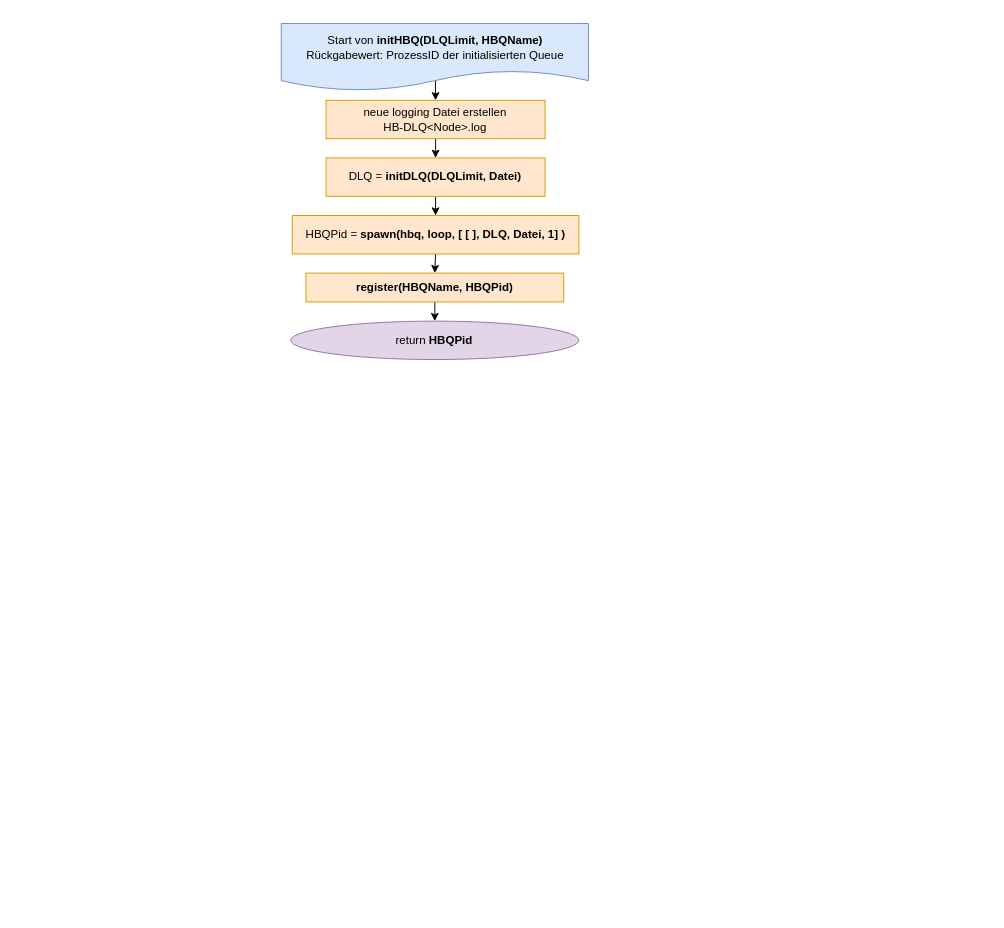
This is Grafiken:Bilder/draw.io/HBQ/1. initHBQ.drawio from krisschaaf/Hausarbeit_Erlang_Queues, a draw.io file, before an edit. Source tidied: cells renumbered, new cells numbered last; positions are measured from the earlier drawing's top-left corner, leaving out a move shared by most shapes. Both pictures are drawn from the tidied source at 96%, with x=0, y=0 at pixel (280, 23).
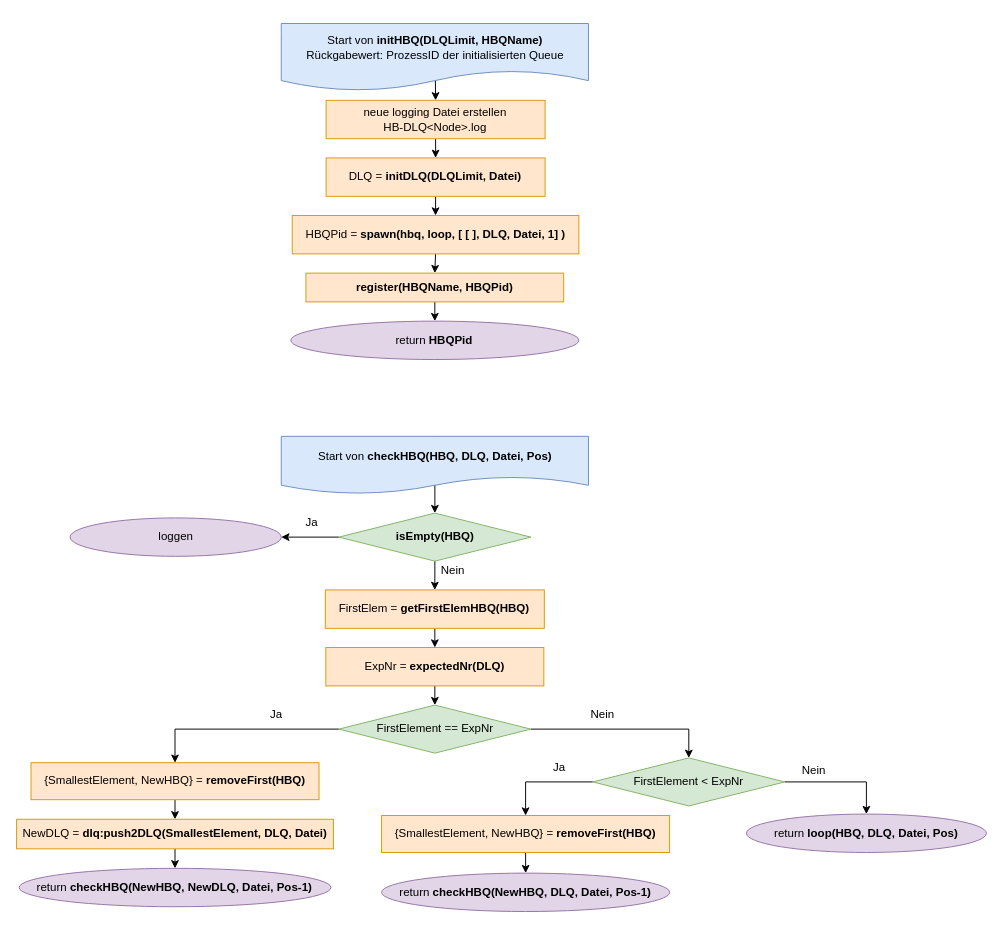
The same page after the edit.

Change to the diagram source:
```diff
@@
+    <mxCell id="13" style="edgeStyle=orthogonalEdgeStyle;rounded=0;jettySize=auto;html=1;exitX=0.5;exitY=0;exitDx=0;exitDy=0;entryX=0.5;entryY=0;entryDx=0;entryDy=0;" parent="1" edge="1" source="14" target="25">
+      <mxGeometry relative="1" as="geometry">
+        <Array as="points">
+          <mxPoint x="161" y="510" />
+        </Array>
+      </mxGeometry>
+    </mxCell>
+    <mxCell id="14" value="Start von &lt;b&gt;checkHBQ(HBQ, DLQ, Datei, Pos)&lt;/b&gt;" style="shape=document;whiteSpace=wrap;html=1;boundedLbl=1;fillColor=#dae8fc;strokeColor=#6c8ebf;" parent="1" vertex="1">
+      <mxGeometry x="0.5" y="430" width="320" height="60" as="geometry" />
+    </mxCell>
+    <mxCell id="15" style="edgeStyle=orthogonalEdgeStyle;rounded=0;jettySize=auto;html=1;exitX=0.5;exitY=1;exitDx=0;exitDy=0;entryX=0.5;entryY=0;entryDx=0;entryDy=0;" parent="1" edge="1" source="16" target="22">
+      <mxGeometry relative="1" as="geometry" />
+    </mxCell>
+    <mxCell id="16" value="FirstElem = &lt;b&gt;getFirstElemHBQ(HBQ)&lt;/b&gt;" style="rounded=0;whiteSpace=wrap;html=1;fillColor=#ffe6cc;strokeColor=#d79b00;" parent="1" vertex="1">
+      <mxGeometry x="46.4" y="590" width="228.1" height="40" as="geometry" />
+    </mxCell>
+    <mxCell id="17" style="edgeStyle=orthogonalEdgeStyle;rounded=0;jettySize=auto;html=1;exitX=0;exitY=0.5;exitDx=0;exitDy=0;entryX=0.5;entryY=0;entryDx=0;entryDy=0;" parent="1" edge="1" source="19" target="39">
+      <mxGeometry relative="1" as="geometry" />
+    </mxCell>
+    <mxCell id="18" style="edgeStyle=orthogonalEdgeStyle;rounded=0;jettySize=auto;html=1;exitX=1;exitY=0.5;exitDx=0;exitDy=0;entryX=0.5;entryY=0;entryDx=0;entryDy=0;" parent="1" edge="1" source="19" target="27">
+      <mxGeometry relative="1" as="geometry" />
+    </mxCell>
+    <mxCell id="19" value="&lt;span style=&quot;font-weight: normal&quot;&gt;FirstElement &amp;lt; ExpNr&lt;/span&gt;" style="rhombus;whiteSpace=wrap;html=1;rounded=0;fillColor=#d5e8d4;strokeColor=#82b366;fontStyle=1;" parent="1" vertex="1">
+      <mxGeometry x="325" y="765" width="200" height="50" as="geometry" />
+    </mxCell>
+    <mxCell id="20" value="return &lt;b&gt;checkHBQ(NewHBQ, NewDLQ, Datei, Pos-1)&lt;/b&gt;" style="ellipse;whiteSpace=wrap;html=1;rounded=0;fillColor=#e1d5e7;strokeColor=#9673a6;" parent="1" vertex="1">
+      <mxGeometry x="-272.6" y="880" width="324.8" height="40" as="geometry" />
+    </mxCell>
+    <mxCell id="21" style="edgeStyle=orthogonalEdgeStyle;rounded=0;jettySize=auto;html=1;exitX=0.5;exitY=1;exitDx=0;exitDy=0;entryX=0.5;entryY=0;entryDx=0;entryDy=0;" parent="1" edge="1" source="22" target="30">
+      <mxGeometry relative="1" as="geometry" />
+    </mxCell>
+    <mxCell id="22" value="ExpNr = &lt;b&gt;expectedNr(DLQ)&lt;/b&gt;" style="rounded=0;whiteSpace=wrap;html=1;fillColor=#ffe6cc;strokeColor=#d79b00;" parent="1" vertex="1">
+      <mxGeometry x="46.9" y="650" width="227.1" height="40" as="geometry" />
+    </mxCell>
+    <mxCell id="23" style="edgeStyle=orthogonalEdgeStyle;rounded=0;jettySize=auto;html=1;exitX=0;exitY=0.5;exitDx=0;exitDy=0;entryX=1;entryY=0.5;entryDx=0;entryDy=0;" parent="1" edge="1" source="25" target="26">
+      <mxGeometry relative="1" as="geometry" />
+    </mxCell>
+    <mxCell id="24" style="edgeStyle=orthogonalEdgeStyle;rounded=0;jettySize=auto;html=1;exitX=0.5;exitY=1;exitDx=0;exitDy=0;entryX=0.5;entryY=0;entryDx=0;entryDy=0;" parent="1" edge="1" source="25" target="16">
+      <mxGeometry relative="1" as="geometry" />
+    </mxCell>
+    <mxCell id="25" value="isEmpty(HBQ)" style="rhombus;whiteSpace=wrap;html=1;rounded=0;fillColor=#d5e8d4;strokeColor=#82b366;fontStyle=1;" parent="1" vertex="1">
+      <mxGeometry x="60.5" y="510" width="200" height="50" as="geometry" />
+    </mxCell>
+    <mxCell id="26" value="loggen" style="ellipse;whiteSpace=wrap;html=1;rounded=0;fillColor=#e1d5e7;strokeColor=#9673a6;" parent="1" vertex="1">
+      <mxGeometry x="-219.5" y="515" width="220" height="40" as="geometry" />
+    </mxCell>
+    <mxCell id="27" value="return &lt;b&gt;loop(HBQ, DLQ, Datei, Pos)&lt;/b&gt;" style="ellipse;whiteSpace=wrap;html=1;rounded=0;fillColor=#e1d5e7;strokeColor=#9673a6;" parent="1" vertex="1">
+      <mxGeometry x="485" y="823.5" width="250" height="40" as="geometry" />
+    </mxCell>
+    <mxCell id="28" style="edgeStyle=orthogonalEdgeStyle;rounded=0;jettySize=auto;html=1;exitX=0;exitY=0.5;exitDx=0;exitDy=0;entryX=0.5;entryY=0;entryDx=0;entryDy=0;" parent="1" edge="1" source="30" target="32">
+      <mxGeometry relative="1" as="geometry" />
+    </mxCell>
+    <mxCell id="29" style="edgeStyle=orthogonalEdgeStyle;rounded=0;jettySize=auto;html=1;exitX=1;exitY=0.5;exitDx=0;exitDy=0;entryX=0.5;entryY=0;entryDx=0;entryDy=0;" parent="1" edge="1" source="30" target="19">
+      <mxGeometry relative="1" as="geometry" />
+    </mxCell>
+    <mxCell id="30" value="&lt;span style=&quot;font-weight: normal&quot;&gt;FirstElement == ExpNr&lt;/span&gt;" style="rhombus;whiteSpace=wrap;html=1;rounded=0;fillColor=#d5e8d4;strokeColor=#82b366;fontStyle=1;" parent="1" vertex="1">
+      <mxGeometry x="60.5" y="710" width="200" height="50" as="geometry" />
+    </mxCell>
+    <mxCell id="31" style="edgeStyle=orthogonalEdgeStyle;rounded=0;jettySize=auto;html=1;exitX=0.5;exitY=1;exitDx=0;exitDy=0;entryX=0.5;entryY=0;entryDx=0;entryDy=0;" parent="1" edge="1" source="32" target="34">
+      <mxGeometry relative="1" as="geometry" />
+    </mxCell>
+    <mxCell id="32" value="{SmallestElement, NewHBQ} = &lt;b&gt;removeFirst(HBQ)&lt;/b&gt;" style="rounded=0;whiteSpace=wrap;html=1;fillColor=#ffe6cc;strokeColor=#d79b00;" parent="1" vertex="1">
+      <mxGeometry x="-260.2" y="770" width="300" height="38.5" as="geometry" />
+    </mxCell>
+    <mxCell id="33" style="edgeStyle=orthogonalEdgeStyle;rounded=0;jettySize=auto;html=1;exitX=0.5;exitY=1;exitDx=0;exitDy=0;entryX=0.5;entryY=0;entryDx=0;entryDy=0;" parent="1" edge="1" source="34" target="20">
+      <mxGeometry relative="1" as="geometry" />
+    </mxCell>
+    <mxCell id="34" value="NewDLQ = &lt;b&gt;dlq:push2DLQ(SmallestElement, DLQ, Datei)&lt;/b&gt;" style="rounded=0;whiteSpace=wrap;html=1;fillColor=#ffe6cc;strokeColor=#d79b00;" parent="1" vertex="1">
+      <mxGeometry x="-275.2" y="828.9" width="330" height="30.8" as="geometry" />
+    </mxCell>
+    <mxCell id="35" value="Ja" style="text;html=1;align=center;verticalAlign=middle;strokeColor=none;fillColor=none;" parent="1" vertex="1">
+      <mxGeometry x="-19.6" y="710" width="30" height="20" as="geometry" />
+    </mxCell>
+    <mxCell id="36" value="Ja" style="text;html=1;align=center;verticalAlign=middle;strokeColor=none;fillColor=none;" parent="1" vertex="1">
+      <mxGeometry x="17.2" y="510" width="30" height="20" as="geometry" />
+    </mxCell>
+    <mxCell id="37" value="Ja" style="text;html=1;align=center;verticalAlign=middle;strokeColor=none;fillColor=none;" parent="1" vertex="1">
+      <mxGeometry x="275" y="765" width="30" height="20" as="geometry" />
+    </mxCell>
+    <mxCell id="38" style="edgeStyle=orthogonalEdgeStyle;rounded=0;jettySize=auto;html=1;exitX=0.5;exitY=1;exitDx=0;exitDy=0;entryX=0.5;entryY=0;entryDx=0;entryDy=0;" parent="1" edge="1" source="39" target="40">
+      <mxGeometry relative="1" as="geometry" />
+    </mxCell>
+    <mxCell id="39" value="{SmallestElement, NewHBQ} = &lt;b&gt;removeFirst(HBQ)&lt;/b&gt;" style="rounded=0;whiteSpace=wrap;html=1;fillColor=#ffe6cc;strokeColor=#d79b00;" parent="1" vertex="1">
+      <mxGeometry x="105" y="825" width="300" height="38.5" as="geometry" />
+    </mxCell>
+    <mxCell id="40" value="return &lt;b&gt;checkHBQ(NewHBQ, DLQ, Datei, Pos-1)&lt;/b&gt;" style="ellipse;whiteSpace=wrap;html=1;rounded=0;fillColor=#e1d5e7;strokeColor=#9673a6;" parent="1" vertex="1">
+      <mxGeometry x="105" y="885" width="300.1" height="40" as="geometry" />
+    </mxCell>
+    <mxCell id="41" value="Nein" style="text;html=1;align=center;verticalAlign=middle;strokeColor=none;fillColor=none;" parent="1" vertex="1">
+      <mxGeometry x="535" y="768" width="40" height="20" as="geometry" />
+    </mxCell>
+    <mxCell id="42" value="Nein" style="text;html=1;align=center;verticalAlign=middle;strokeColor=none;fillColor=none;" parent="1" vertex="1">
+      <mxGeometry x="159" y="560" width="40" height="20" as="geometry" />
+    </mxCell>
+    <mxCell id="43" value="Nein" style="text;html=1;align=center;verticalAlign=middle;strokeColor=none;fillColor=none;" parent="1" vertex="1">
+      <mxGeometry x="315" y="710" width="40" height="20" as="geometry" />
+    </mxCell>
```
